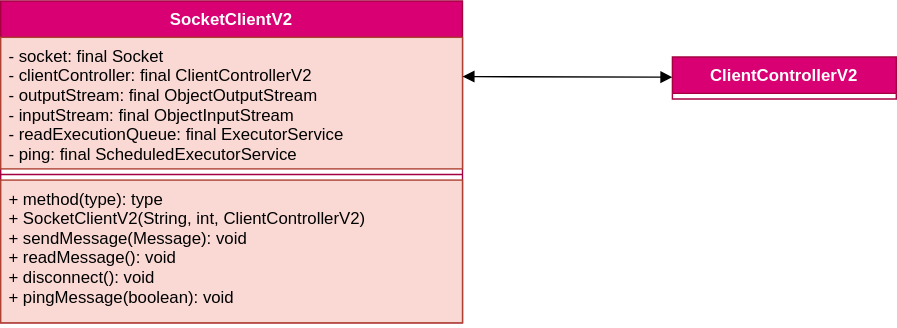
The draw.io diagram deliveries/Detailed UML Diagrams/clientSocket_classDiagram.svg in ArimondoScrivano/MyShelfie-ing-sw_2023-POLIMI, before a commit. Source tidied: cells renumbered, new cells last; positions are measured from the earlier drawing's top-left corner, leaving out a move shared by most shapes. Its diagram source:
```xml
<mxGraphModel>
  <root>
    <mxCell id="0" />
    <mxCell id="1" parent="0" />
    <mxCell id="2" value="SocketClientV2" style="swimlane;fontStyle=1;align=center;verticalAlign=top;horizontal=1;startSize=26;fillColor=#d80073;fontColor=#ffffff;strokeColor=#A50040;" parent="1" vertex="1">
      <mxGeometry width="330" height="230" as="geometry" />
    </mxCell>
    <mxCell id="3" value="- socket: final Socket&#10;- clientController: final ClientControllerV2&#10;- outputStream: final ObjectOutputStream&#10;- inputStream: final ObjectInputStream&#10;- readExecutionQueue: final ExecutorService&#10;- ping: final ScheduledExecutorService" style="text;strokeColor=#ae4132;fillColor=#fad9d5;align=left;verticalAlign=top;spacingLeft=4;spacingRight=4;overflow=hidden;" parent="2" vertex="1">
      <mxGeometry y="26" width="330" height="94" as="geometry" />
    </mxCell>
    <mxCell id="4" style="line;strokeWidth=1;fillColor=none;align=left;verticalAlign=middle;spacingTop=-1;spacingLeft=3;spacingRight=3;labelPosition=right;strokeColor=inherit;" parent="2" vertex="1">
      <mxGeometry y="120" width="330" height="8" as="geometry" />
    </mxCell>
    <mxCell id="5" value="+ method(type): type&#10;+ SocketClientV2(String, int, ClientControllerV2)&#10;+ sendMessage(Message): void&#10;+ readMessage(): void&#10;+ disconnect(): void&#10;+ pingMessage(boolean): void" style="text;strokeColor=#ae4132;fillColor=#fad9d5;align=left;verticalAlign=top;spacingLeft=4;spacingRight=4;overflow=hidden;" parent="2" vertex="1">
      <mxGeometry y="128" width="330" height="102" as="geometry" />
    </mxCell>
    <mxCell id="6" value="ClientControllerV2" style="swimlane;fontStyle=1;align=center;verticalAlign=top;horizontal=1;startSize=26;fillColor=#d80073;fontColor=#ffffff;strokeColor=#A50040;" parent="1" vertex="1" collapsed="1">
      <mxGeometry x="480" y="40" width="160" height="30" as="geometry" />
    </mxCell>
    <mxCell id="7" style="endArrow=block;startArrow=block;endFill=1;startFill=1;html=1;rounded=0;" parent="1" edge="1">
      <mxGeometry relative="1" as="geometry">
        <mxPoint x="330" y="54" as="sourcePoint" />
        <mxPoint x="480" y="54.5" as="targetPoint" />
      </mxGeometry>
    </mxCell>
  </root>
</mxGraphModel>
```
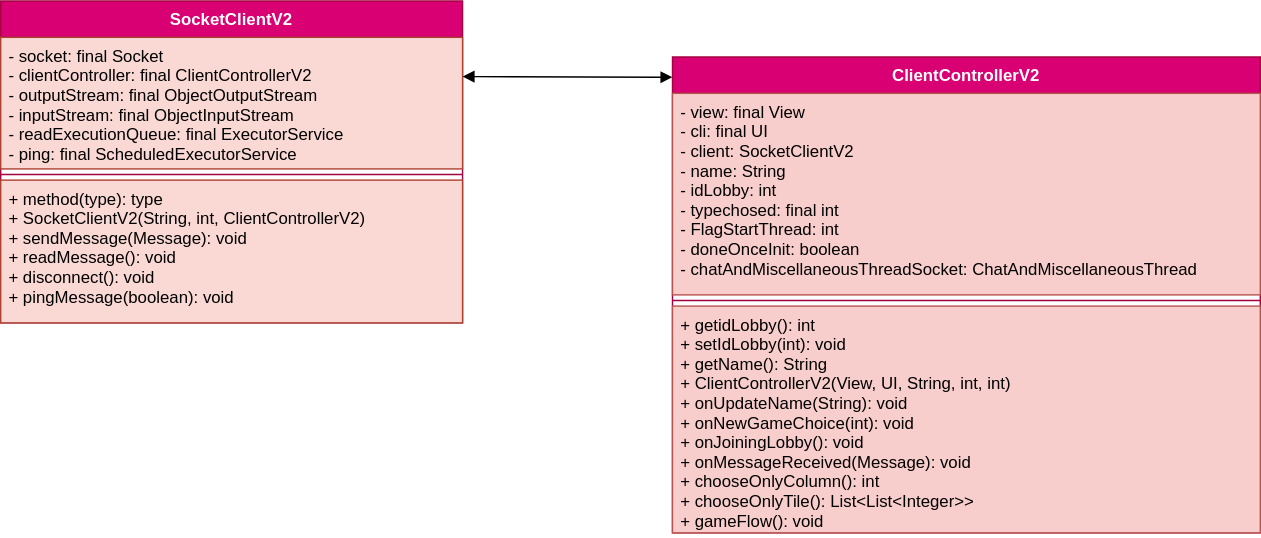
Later version of the same file.

Commit message:
final detailed UML diagram

Change to the diagram source:
```diff
@@ -14,14 +14,23 @@
     <mxCell id="5" value="+ method(type): type&#10;+ SocketClientV2(String, int, ClientControllerV2)&#10;+ sendMessage(Message): void&#10;+ readMessage(): void&#10;+ disconnect(): void&#10;+ pingMessage(boolean): void" style="text;strokeColor=#ae4132;fillColor=#fad9d5;align=left;verticalAlign=top;spacingLeft=4;spacingRight=4;overflow=hidden;" parent="2" vertex="1">
       <mxGeometry y="128" width="330" height="102" as="geometry" />
     </mxCell>
+    <mxCell id="7" style="endArrow=block;startArrow=block;endFill=1;startFill=1;html=1;rounded=0;" parent="1" edge="1">
+      <mxGeometry relative="1" as="geometry">
+        <mxPoint x="330" y="54" as="sourcePoint" />
+        <mxPoint x="480" y="54.5" as="targetPoint" />
+      </mxGeometry>
+    </mxCell>
-    <mxCell id="6" value="ClientControllerV2" style="swimlane;fontStyle=1;align=center;verticalAlign=top;horizontal=1;startSize=26;fillColor=#d80073;fontColor=#ffffff;strokeColor=#A50040;" parent="1" vertex="1" collapsed="1">
-      <mxGeometry x="480" y="40" width="160" height="30" as="geometry" />
+    <mxCell id="6" value="ClientControllerV2&#10;" style="swimlane;fontStyle=1;align=center;verticalAlign=top;horizontal=1;startSize=26;fillColor=#d80073;fontColor=#ffffff;strokeColor=#A50040;" parent="1" vertex="1">
+      <mxGeometry x="480" y="40" width="420" height="340" as="geometry" />
     </mxCell>
-    <mxCell id="7" style="endArrow=block;startArrow=block;endFill=1;startFill=1;html=1;rounded=0;" parent="1" edge="1">
-      <mxGeometry relative="1" as="geometry">
-        <mxPoint x="330" y="54" as="sourcePoint" />
-        <mxPoint x="480" y="54.5" as="targetPoint" />
-      </mxGeometry>
-    </mxCell>
+    <mxCell id="8" value="- view: final View&#10;- cli: final UI&#10;- client: SocketClientV2&#10;- name: String&#10;- idLobby: int&#10;- typechosed: final int&#10;- FlagStartThread: int&#10;- doneOnceInit: boolean&#10;- chatAndMiscellaneousThreadSocket: ChatAndMiscellaneousThread" style="text;strokeColor=#b85450;fillColor=#f8cecc;align=left;verticalAlign=top;spacingLeft=4;spacingRight=4;overflow=hidden;" parent="6" vertex="1">
+      <mxGeometry y="26" width="420" height="144" as="geometry" />
+    </mxCell>
+    <mxCell id="9" style="line;strokeWidth=1;fillColor=none;align=left;verticalAlign=middle;spacingTop=-1;spacingLeft=3;spacingRight=3;labelPosition=right;strokeColor=inherit;" parent="6" vertex="1">
+      <mxGeometry y="170" width="420" height="8" as="geometry" />
+    </mxCell>
+    <mxCell id="10" value="+ getidLobby(): int&#10;+ setIdLobby(int): void&#10;+ getName(): String&#10;+ ClientControllerV2(View, UI, String, int, int)&#10;+ onUpdateName(String): void&#10;+ onNewGameChoice(int): void&#10;+ onJoiningLobby(): void&#10;+ onMessageReceived(Message): void&#10;+ chooseOnlyColumn(): int&#10;+ chooseOnlyTile(): List&lt;List&lt;Integer&gt;&gt;&#10;+ gameFlow(): void&#10;" style="text;strokeColor=#b85450;fillColor=#f8cecc;align=left;verticalAlign=top;spacingLeft=4;spacingRight=4;overflow=hidden;" parent="6" vertex="1">
+      <mxGeometry y="178" width="420" height="162" as="geometry" />
+    </mxCell>
   </root>
 </mxGraphModel>
```
